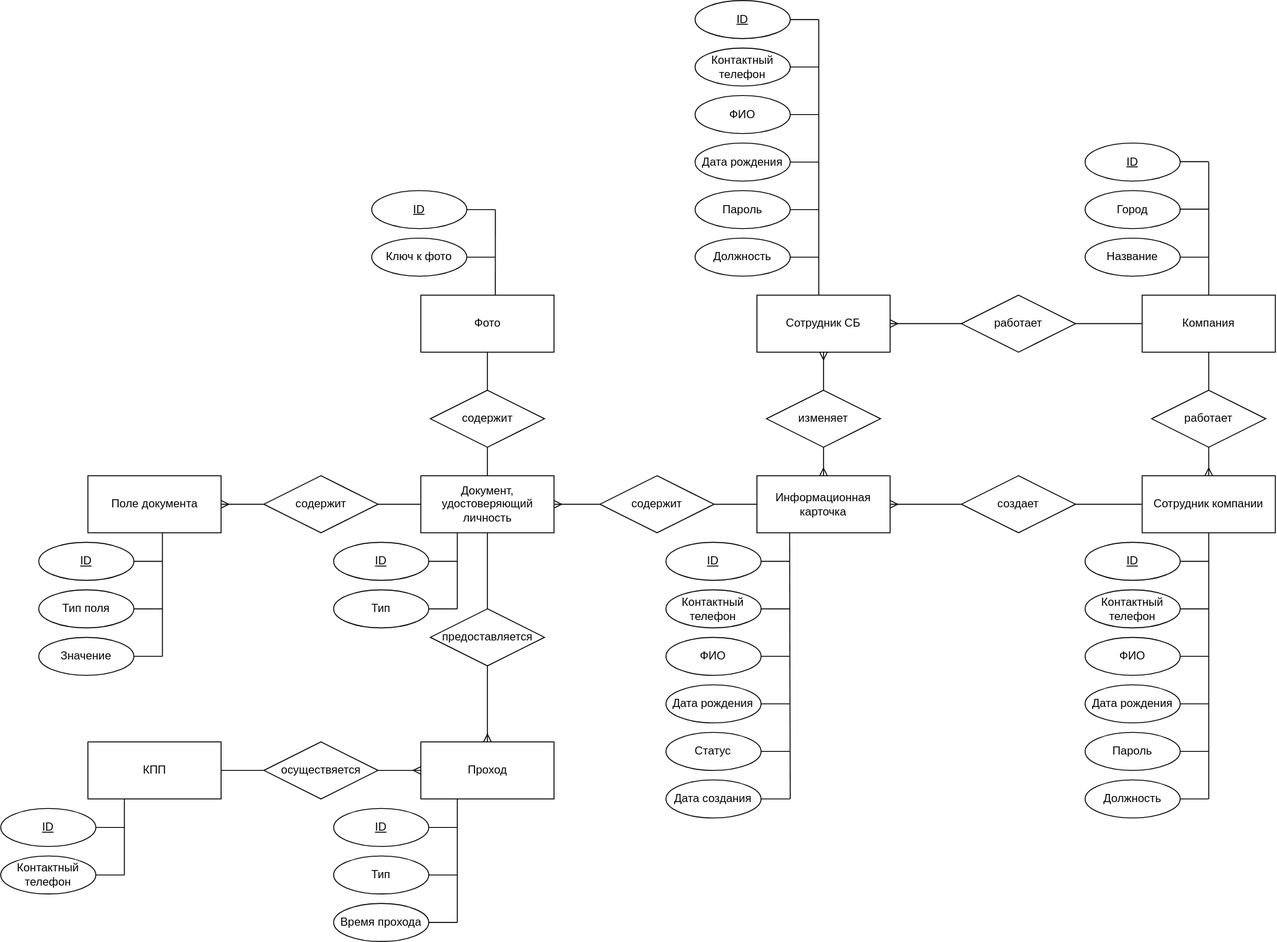
Above: Note/diagrams/ER.svg in pstpn/DB-Course (draw.io), before the change. Source tidied: cells renumbered, new cells last; positions are measured from the earlier drawing's top-left corner, leaving out a move shared by most shapes.
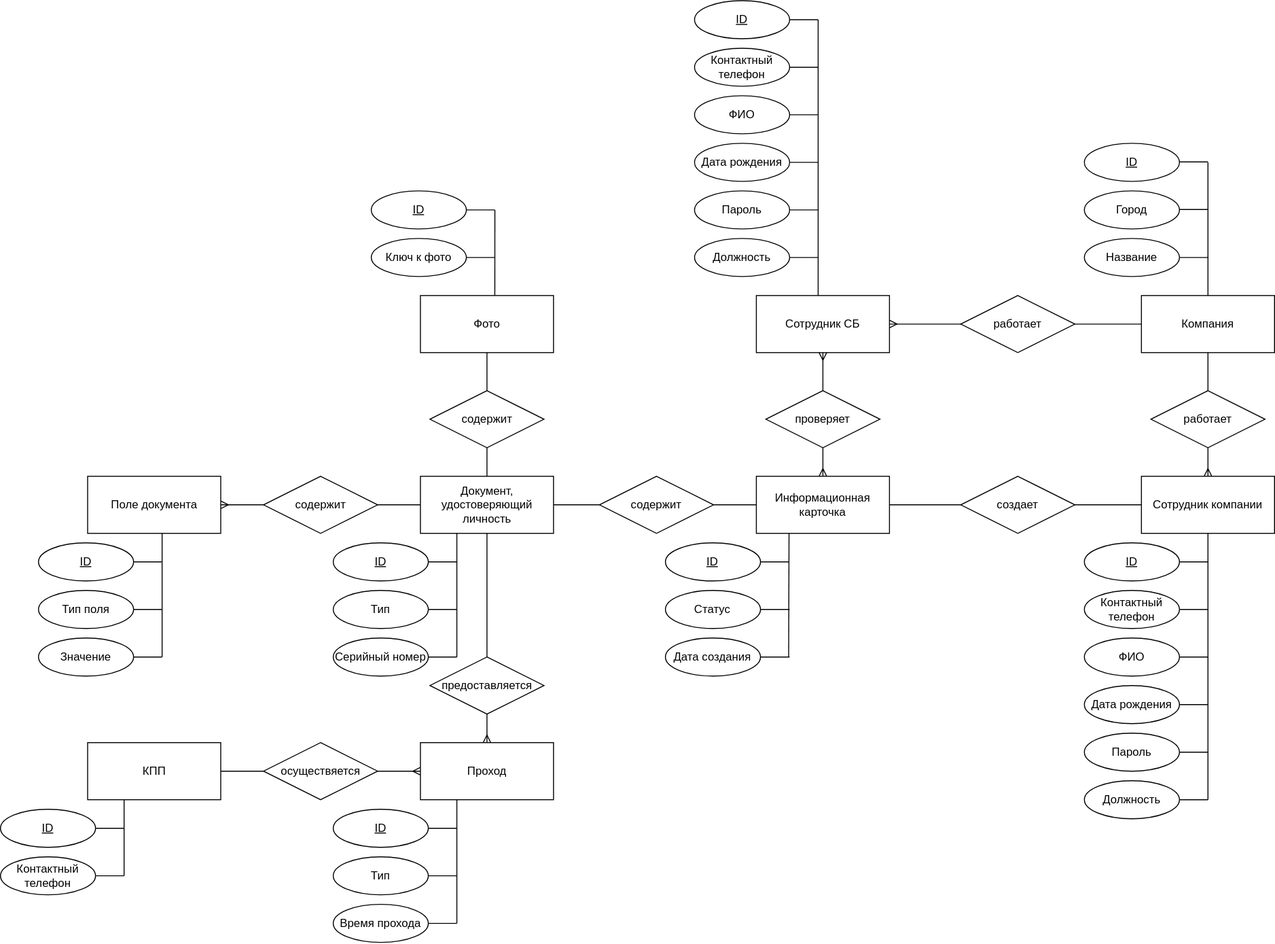
After the change.

Change to the diagram source:
```diff
@@ -58,7 +58,7 @@
     <mxCell id="19" value="Информационная карточка" style="shape=ext;margin=3;double=0;whiteSpace=wrap;html=1;align=center;" parent="1" vertex="1">
       <mxGeometry x="795" y="500" width="140" height="60" as="geometry" />
     </mxCell>
-    <mxCell id="20" style="fontSize=12;html=1;endArrow=ERmany;rounded=0;" parent="1" edge="1" source="22" target="19">
+    <mxCell id="20" style="fontSize=12;html=1;endArrow=none;rounded=0;endFill=0;" parent="1" edge="1" source="22" target="19">
       <mxGeometry relative="1" as="geometry" />
     </mxCell>
     <mxCell id="21" style="fontSize=12;html=1;endArrow=none;rounded=0;endFill=0;" parent="1" edge="1" source="22" target="17">
@@ -76,7 +76,7 @@
     <mxCell id="25" style="fontSize=12;html=1;endArrow=ERmany;rounded=0;endFill=0;" parent="1" edge="1" source="26" target="19">
       <mxGeometry relative="1" as="geometry" />
     </mxCell>
-    <mxCell id="26" value="изменяет" style="shape=rhombus;perimeter=rhombusPerimeter;whiteSpace=wrap;html=1;align=center;" parent="1" vertex="1">
+    <mxCell id="26" value="проверяет" style="shape=rhombus;perimeter=rhombusPerimeter;whiteSpace=wrap;html=1;align=center;" parent="1" vertex="1">
       <mxGeometry x="805" y="410" width="120" height="60" as="geometry" />
     </mxCell>
     <mxCell id="27" style="endArrow=none;html=1;rounded=0;" parent="1" edge="1" source="4">
@@ -194,38 +194,14 @@
     <mxCell id="51" value="ID" style="ellipse;whiteSpace=wrap;html=1;align=center;fontStyle=4;" parent="1" vertex="1">
       <mxGeometry x="699.4" y="570" width="100" height="40" as="geometry" />
     </mxCell>
-    <mxCell id="52" value="Контактный телефон" style="ellipse;whiteSpace=wrap;html=1;align=center;" parent="1" vertex="1">
-      <mxGeometry x="699.4" y="620" width="100" height="40" as="geometry" />
-    </mxCell>
-    <mxCell id="53" value="Дата рождения" style="ellipse;whiteSpace=wrap;html=1;align=center;" parent="1" vertex="1">
-      <mxGeometry x="699.4" y="720" width="100" height="40" as="geometry" />
-    </mxCell>
-    <mxCell id="54" value="ФИО" style="ellipse;whiteSpace=wrap;html=1;align=center;" parent="1" vertex="1">
-      <mxGeometry x="699.4" y="670" width="100" height="40" as="geometry" />
-    </mxCell>
     <mxCell id="55" style="endArrow=none;html=1;rounded=0;" parent="1" edge="1" source="51">
       <mxGeometry relative="1" as="geometry">
         <mxPoint x="829.4" y="590" as="targetPoint" />
       </mxGeometry>
     </mxCell>
-    <mxCell id="56" style="endArrow=none;html=1;rounded=0;" parent="1" edge="1" source="52">
-      <mxGeometry relative="1" as="geometry">
-        <mxPoint x="829.4" y="640" as="targetPoint" />
-      </mxGeometry>
-    </mxCell>
-    <mxCell id="57" style="endArrow=none;html=1;rounded=0;" parent="1" edge="1" source="54">
-      <mxGeometry relative="1" as="geometry">
-        <mxPoint x="829.4" y="690" as="targetPoint" />
-      </mxGeometry>
-    </mxCell>
-    <mxCell id="58" style="endArrow=none;html=1;rounded=0;" parent="1" edge="1" source="53">
-      <mxGeometry relative="1" as="geometry">
-        <mxPoint x="829.4" y="740" as="targetPoint" />
-      </mxGeometry>
-    </mxCell>
     <mxCell id="59" style="endArrow=none;html=1;rounded=0;" parent="1" edge="1">
       <mxGeometry relative="1" as="geometry">
-        <mxPoint x="830" y="840" as="sourcePoint" />
+        <mxPoint x="829" y="690" as="sourcePoint" />
         <mxPoint x="829.4" y="560" as="targetPoint" />
       </mxGeometry>
     </mxCell>
@@ -250,11 +226,11 @@
     </mxCell>
     <mxCell id="65" style="endArrow=none;html=1;rounded=0;" parent="1" edge="1">
       <mxGeometry relative="1" as="geometry">
-        <mxPoint x="480" y="640" as="sourcePoint" />
+        <mxPoint x="480" y="690" as="sourcePoint" />
         <mxPoint x="480" y="560" as="targetPoint" />
       </mxGeometry>
     </mxCell>
-    <mxCell id="66" style="fontSize=12;html=1;endArrow=ERmany;rounded=0;" parent="1" edge="1" source="68" target="60">
+    <mxCell id="66" style="fontSize=12;html=1;endArrow=none;rounded=0;endFill=0;" parent="1" edge="1" source="68" target="60">
       <mxGeometry relative="1" as="geometry" />
     </mxCell>
     <mxCell id="67" style="fontSize=12;html=1;endArrow=none;rounded=0;endFill=0;" parent="1" edge="1" source="68" target="19">
@@ -306,11 +282,11 @@
       </mxGeometry>
     </mxCell>
     <mxCell id="80" value="Статус" style="ellipse;whiteSpace=wrap;html=1;align=center;" parent="1" vertex="1">
-      <mxGeometry x="699.4" y="770" width="100" height="40" as="geometry" />
+      <mxGeometry x="699.4" y="620" width="100" height="40" as="geometry" />
     </mxCell>
     <mxCell id="81" style="endArrow=none;html=1;rounded=0;" parent="1" edge="1" source="80">
       <mxGeometry relative="1" as="geometry">
-        <mxPoint x="830" y="790" as="targetPoint" />
+        <mxPoint x="830" y="640" as="targetPoint" />
       </mxGeometry>
     </mxCell>
     <mxCell id="82" style="fontSize=12;html=1;endArrow=none;rounded=0;endFill=0;" parent="1" edge="1" source="84" target="85">
@@ -326,11 +302,11 @@
       <mxGeometry x="441.7" y="310" width="140" height="60" as="geometry" />
     </mxCell>
     <mxCell id="86" value="Дата создания" style="ellipse;whiteSpace=wrap;html=1;align=center;" parent="1" vertex="1">
-      <mxGeometry x="699.4" y="820" width="100" height="40" as="geometry" />
+      <mxGeometry x="699.4" y="670" width="100" height="40" as="geometry" />
     </mxCell>
     <mxCell id="87" style="endArrow=none;html=1;rounded=0;" parent="1" edge="1" source="86">
       <mxGeometry relative="1" as="geometry">
-        <mxPoint x="830" y="840" as="targetPoint" />
+        <mxPoint x="830" y="690" as="targetPoint" />
       </mxGeometry>
     </mxCell>
     <mxCell id="88" value="ID" style="ellipse;whiteSpace=wrap;html=1;align=center;fontStyle=4;" parent="1" vertex="1">
@@ -360,7 +336,7 @@
       </mxGeometry>
     </mxCell>
     <mxCell id="94" value="предоставляется" style="shape=rhombus;perimeter=rhombusPerimeter;whiteSpace=wrap;html=1;align=center;" parent="1" vertex="1">
-      <mxGeometry x="451.7" y="640" width="120" height="60" as="geometry" />
+      <mxGeometry x="451.7" y="690" width="120" height="60" as="geometry" />
     </mxCell>
     <mxCell id="95" style="fontSize=12;html=1;endArrow=none;rounded=0;endFill=0;" parent="1" edge="1" source="94" target="60">
       <mxGeometry relative="1" as="geometry" />
@@ -432,5 +408,13 @@
     <mxCell id="112" style="fontSize=12;html=1;endArrow=none;rounded=0;endFill=0;" parent="1" edge="1" source="111" target="104">
       <mxGeometry relative="1" as="geometry" />
     </mxCell>
+    <mxCell id="113" value="Серийный номер" style="ellipse;whiteSpace=wrap;html=1;align=center;" parent="1" vertex="1">
+      <mxGeometry x="350" y="670" width="100" height="40" as="geometry" />
+    </mxCell>
+    <mxCell id="114" style="endArrow=none;html=1;rounded=0;" parent="1" edge="1" source="113">
+      <mxGeometry relative="1" as="geometry">
+        <mxPoint x="480" y="690" as="targetPoint" />
+      </mxGeometry>
+    </mxCell>
   </root>
 </mxGraphModel>
```
